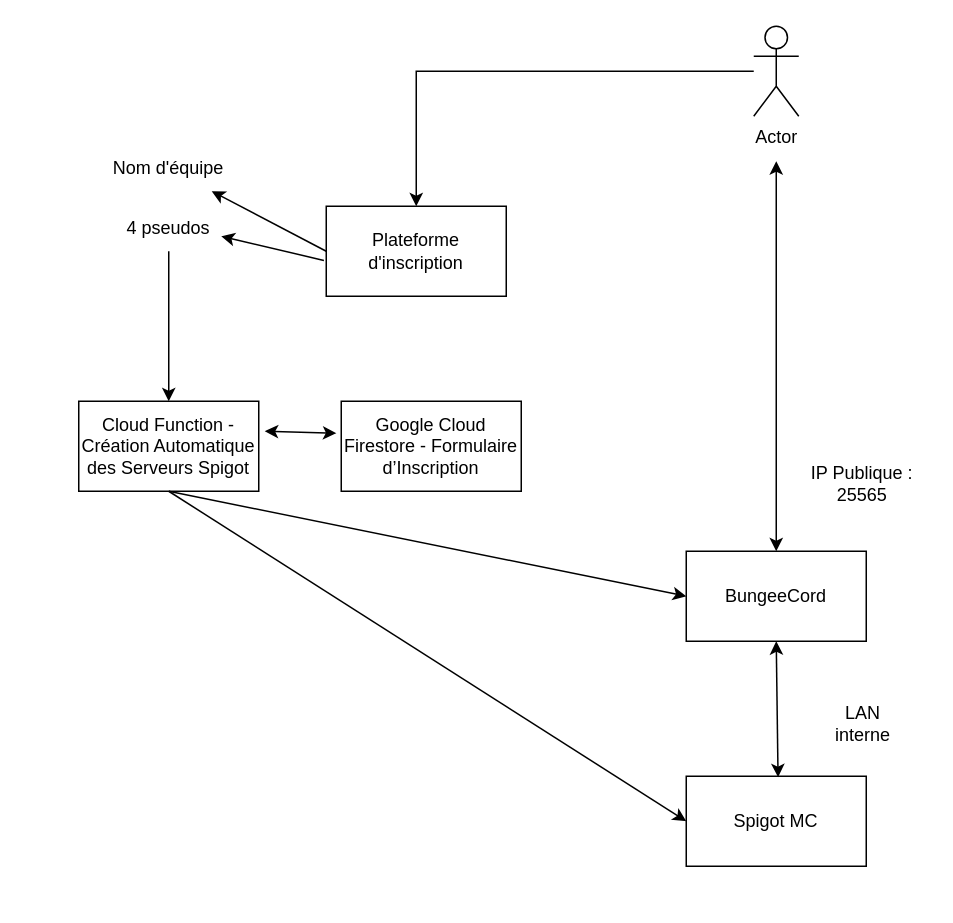
Above: Infrastructure/Diagramme sans nom.drawio in sershoks/minecraft (draw.io), before the change. Source tidied: cells renumbered, new cells numbered last; positions are measured from the earlier drawing's top-left corner, leaving out a move shared by most shapes. Both pictures are drawn from the tidied source at 150%, with x=0, y=0 at pixel (56, 26).
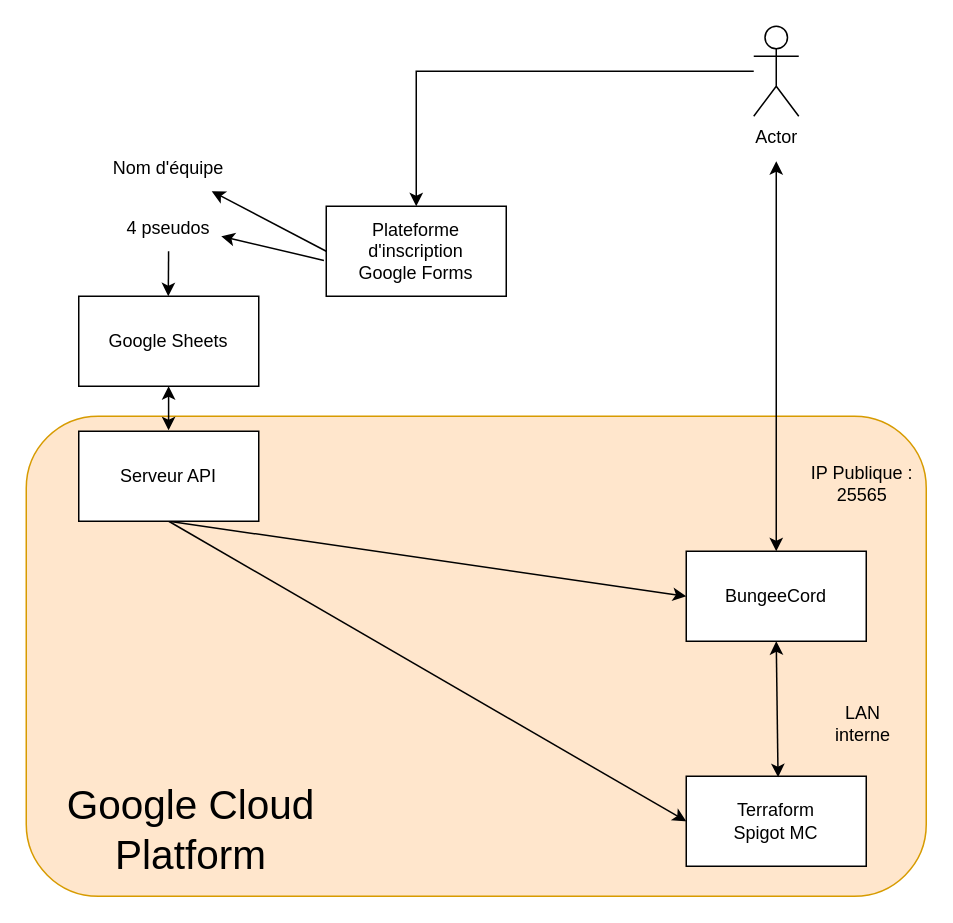
The same diagram, later.

Unchanged cells that the change refers to:
```xml
<mxCell id="6" value="4 pseudos" style="text;html=1;align=center;verticalAlign=middle;whiteSpace=wrap;rounded=0;" parent="1" vertex="1">
  <mxGeometry x="45" y="120" width="60" height="30" as="geometry" />
</mxCell>
<mxCell id="13" value="&lt;div&gt;BungeeCord&lt;/div&gt;" style="rounded=0;whiteSpace=wrap;html=1;" parent="1" vertex="1">
  <mxGeometry x="420" y="350" width="120" height="60" as="geometry" />
</mxCell>
```

Change to the diagram source:
```diff
@@
+    <mxCell id="21" style="rounded=1;whiteSpace=wrap;html=1;fillColor=#ffe6cc;strokeColor=#d79b00;" parent="1" vertex="1">
+      <mxGeometry x="-20" y="260" width="600" height="320" as="geometry" />
+    </mxCell>
-    <mxCell id="2" value="&lt;div&gt;Plateforme&lt;/div&gt;&lt;div&gt;d'inscription&lt;/div&gt;" style="rounded=0;whiteSpace=wrap;html=1;" parent="1" vertex="1">
+    <mxCell id="2" value="&lt;div&gt;Plateforme&lt;/div&gt;&lt;div&gt;d'inscription&lt;/div&gt;&lt;div&gt;Google Forms&lt;/div&gt;" style="rounded=0;whiteSpace=wrap;html=1;" parent="1" vertex="1">
       <mxGeometry x="180" y="120" width="120" height="60" as="geometry" />
     </mxCell>
@@
-    <mxCell id="9" value="Cloud Function - Création Automatique des Serveurs Spigot" style="rounded=0;whiteSpace=wrap;html=1;" parent="1" vertex="1">
-      <mxGeometry x="15" y="250" width="120" height="60" as="geometry" />
-    </mxCell>
-    <mxCell id="10" style="endArrow=classic;html=1;rounded=0;exitX=0.5;exitY=1;exitDx=0;exitDy=0;entryX=0.5;entryY=0;entryDx=0;entryDy=0;" parent="1" edge="1" source="6" target="9">
-      <mxGeometry relative="1" as="geometry" />
+    <mxCell id="10" style="endArrow=classic;html=1;rounded=0;entryX=0.5;entryY=0;entryDx=0;entryDy=0;" parent="1" edge="1" source="6">
+      <mxGeometry relative="1" as="geometry">
+        <mxPoint x="74.7" y="180" as="targetPoint" />
+      </mxGeometry>
     </mxCell>
-    <mxCell id="11" value="Google Cloud Firestore - Formulaire d’Inscription" style="rounded=0;whiteSpace=wrap;html=1;" parent="1" vertex="1">
-      <mxGeometry x="190" y="250" width="120" height="60" as="geometry" />
-    </mxCell>
-    <mxCell id="12" style="endArrow=classic;startArrow=classic;html=1;rounded=0;entryX=-0.027;entryY=0.355;entryDx=0;entryDy=0;entryPerimeter=0;" parent="1" edge="1" target="11">
-      <mxGeometry relative="1" as="geometry">
-        <mxPoint x="139" y="270" as="sourcePoint" />
-      </mxGeometry>
-    </mxCell>
@@
-    <mxCell id="14" style="endArrow=classic;html=1;rounded=0;exitX=0.5;exitY=1;exitDx=0;exitDy=0;entryX=0;entryY=0.5;entryDx=0;entryDy=0;" parent="1" edge="1" source="9" target="13">
+    <mxCell id="14" style="endArrow=classic;html=1;rounded=0;exitX=0.5;exitY=1;exitDx=0;exitDy=0;entryX=0;entryY=0.5;entryDx=0;entryDy=0;" parent="1" edge="1" source="24" target="13">
       <mxGeometry relative="1" as="geometry" />
     </mxCell>
@@
-    <mxCell id="17" value="Spigot MC" style="rounded=0;whiteSpace=wrap;html=1;" parent="1" vertex="1">
+    <mxCell id="17" value="&lt;div&gt;Terraform&lt;/div&gt;Spigot MC" style="rounded=0;whiteSpace=wrap;html=1;" parent="1" vertex="1">
       <mxGeometry x="420" y="500" width="120" height="60" as="geometry" />
     </mxCell>
-    <mxCell id="18" style="endArrow=classic;html=1;rounded=0;exitX=0.5;exitY=1;exitDx=0;exitDy=0;entryX=0;entryY=0.5;entryDx=0;entryDy=0;" parent="1" edge="1" source="9" target="17">
+    <mxCell id="18" style="endArrow=classic;html=1;rounded=0;exitX=0.5;exitY=1;exitDx=0;exitDy=0;entryX=0;entryY=0.5;entryDx=0;entryDy=0;" parent="1" edge="1" source="24" target="17">
       <mxGeometry relative="1" as="geometry" />
     </mxCell>
@@
+    <mxCell id="22" value="Google Sheets" style="rounded=0;whiteSpace=wrap;html=1;" parent="1" vertex="1">
+      <mxGeometry x="15" y="180" width="120" height="60" as="geometry" />
+    </mxCell>
+    <mxCell id="23" style="endArrow=classic;html=1;rounded=0;exitX=0.5;exitY=1;exitDx=0;exitDy=0;entryX=0;entryY=0.5;entryDx=0;entryDy=0;" parent="1" edge="1" target="24">
+      <mxGeometry relative="1" as="geometry">
+        <mxPoint x="75" y="310" as="sourcePoint" />
+      </mxGeometry>
+    </mxCell>
+    <mxCell id="24" value="Serveur API" style="rounded=0;whiteSpace=wrap;html=1;" parent="1" vertex="1">
+      <mxGeometry x="15" y="270" width="120" height="60" as="geometry" />
+    </mxCell>
+    <mxCell id="25" style="endArrow=classic;startArrow=classic;html=1;rounded=0;entryX=0.53;entryY=1.035;entryDx=0;entryDy=0;entryPerimeter=0;exitX=0.53;exitY=0.025;exitDx=0;exitDy=0;exitPerimeter=0;" parent="1" edge="1">
+      <mxGeometry relative="1" as="geometry">
+        <mxPoint x="74.9" y="269.4" as="sourcePoint" />
+        <mxPoint x="74.9" y="240" as="targetPoint" />
+      </mxGeometry>
+    </mxCell>
+    <mxCell id="26" value="&lt;font style=&quot;font-size: 27px;&quot;&gt;Google Cloud&lt;/font&gt;&lt;div&gt;&lt;font style=&quot;font-size: 27px;&quot;&gt;Platform&lt;/font&gt;&lt;/div&gt;" style="text;html=1;align=center;verticalAlign=middle;whiteSpace=wrap;rounded=0;" parent="1" vertex="1">
+      <mxGeometry x="-10" y="500" width="200" height="71" as="geometry" />
+    </mxCell>
```
